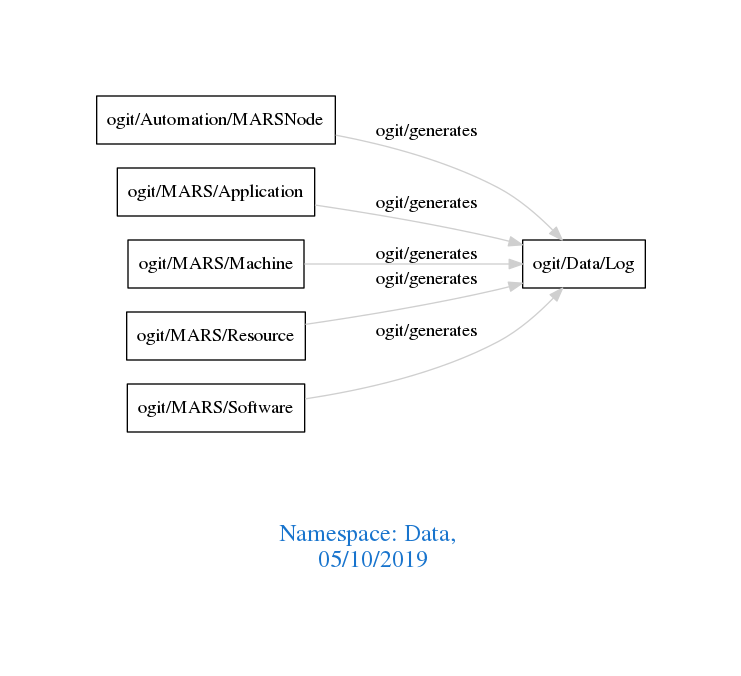
arago/OGIT keeps this Graphviz diagram as downloads/Data.png. Above is the earlier version. Its source is kept beside it as downloads/Data.dot.
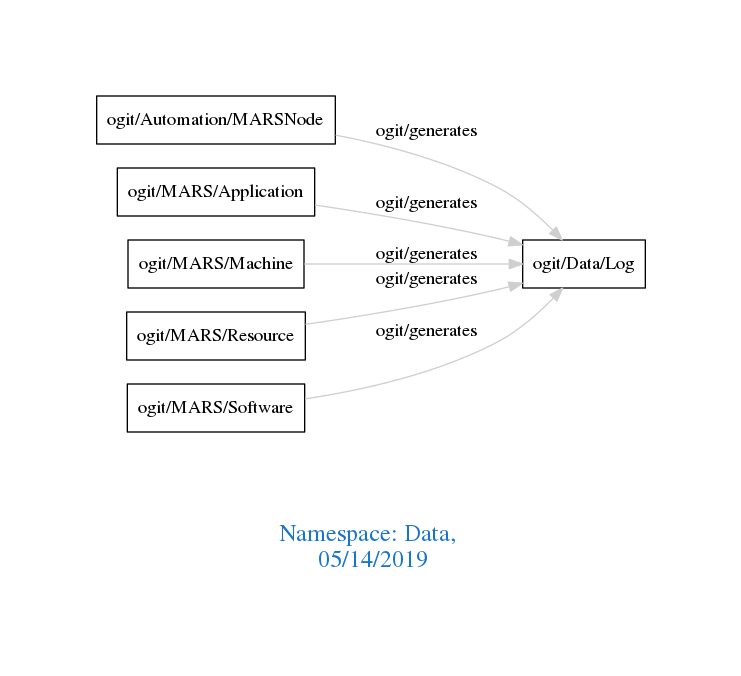
The same diagram one commit later.

The edit, as a diff of the source:
```diff
@@ -1,7 +1,7 @@
 digraph OGIT_ontology {
  graph [ rankdir= LR,pad=1
 fontsize = 18,
-fontcolor= dodgerblue3,label = "\n\n\nNamespace: Data, \n 05/10/2019"];
+fontcolor= dodgerblue3,label = "\n\n\nNamespace: Data, \n 05/14/2019"];
 node[shape=polygon];
 edge [  color="gray81"];
 
```
